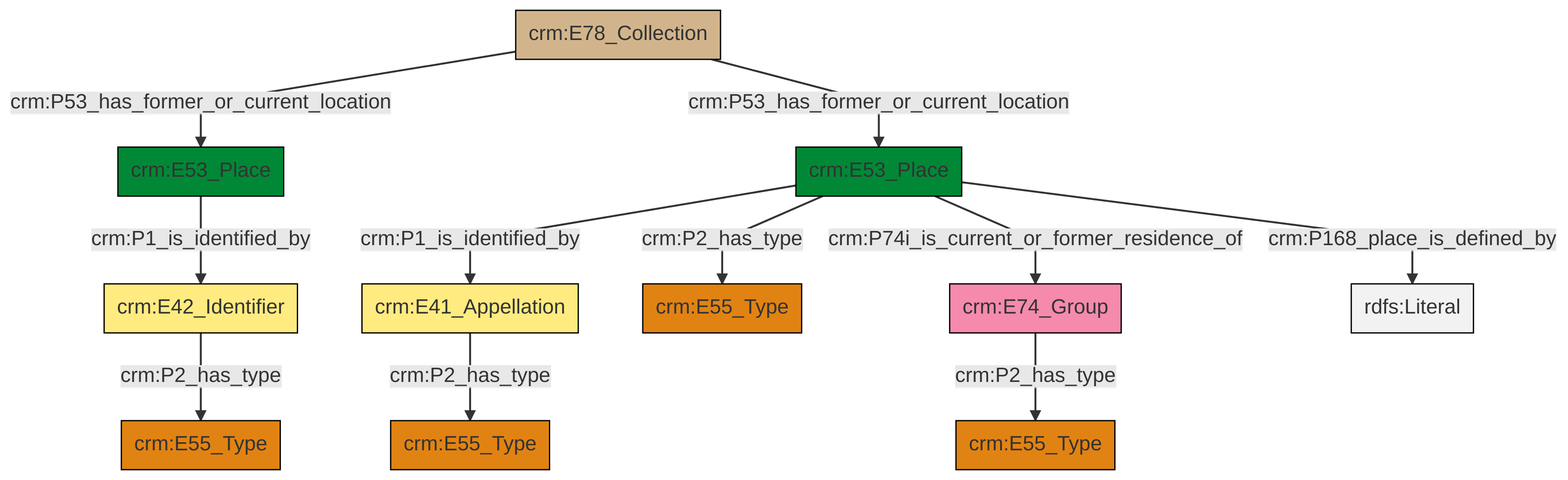
The Mermaid diagram et/archivalCSV/ttl/mmd/png/archival_location.png in swiss-art-research-net/docs.swissartresearch, before a commit. Its source is kept beside it as et/archivalCSV/ttl/mmd/archival_location.ttl.mmd.
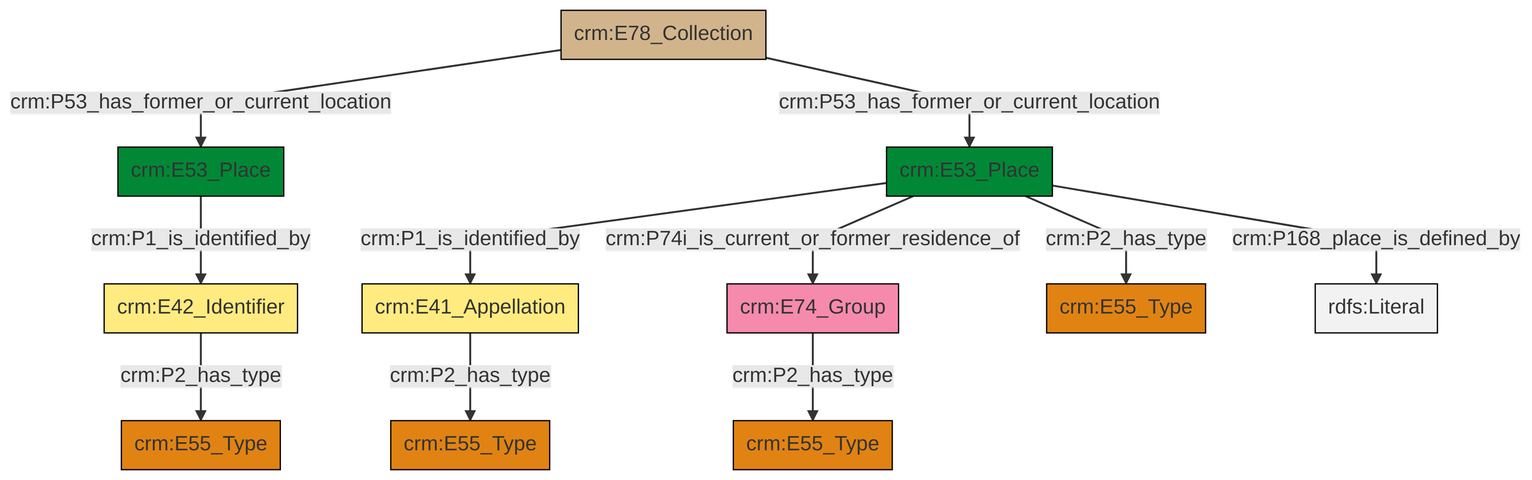
The same diagram one commit later.

Diff of the diagram source:
```diff
@@ -13,13 +13,13 @@
 classDef PC_Classes fill:#4ce600, stroke:#000000;
 classDef Multi fill:#cccccc,stroke:#000000;
 
-0["crm:E78_Collection"]:::Physical_Thing -->|crm:P53_has_former_or_current_location| 1["crm:E53_Place"]:::Place
-2["crm:E53_Place"]:::Place -->|crm:P1_is_identified_by| 3["crm:E41_Appellation"]:::Appellation
-10["crm:E74_Group"]:::Actor -->|crm:P2_has_type| 6["crm:E55_Type"]:::Type
-2["crm:E53_Place"]:::Place -->|crm:P2_has_type| 16["crm:E55_Type"]:::Type
-1["crm:E53_Place"]:::Place -->|crm:P1_is_identified_by| 18["crm:E42_Identifier"]:::Appellation
-2["crm:E53_Place"]:::Place -->|crm:P168_place_is_defined_by| 21[rdfs:Literal]:::Literal
-2["crm:E53_Place"]:::Place -->|crm:P74i_is_current_or_former_residence_of| 10["crm:E74_Group"]:::Actor
-0["crm:E78_Collection"]:::Physical_Thing -->|crm:P53_has_former_or_current_location| 2["crm:E53_Place"]:::Place
-18["crm:E42_Identifier"]:::Appellation -->|crm:P2_has_type| 8["crm:E55_Type"]:::Type
-3["crm:E41_Appellation"]:::Appellation -->|crm:P2_has_type| 4["crm:E55_Type"]:::Type
+0["crm:E53_Place"]:::Place -->|crm:P1_is_identified_by| 1["crm:E41_Appellation"]:::Appellation
+2["crm:E74_Group"]:::Actor -->|crm:P2_has_type| 3["crm:E55_Type"]:::Type
+6["crm:E53_Place"]:::Place -->|crm:P1_is_identified_by| 7["crm:E42_Identifier"]:::Appellation
+0["crm:E53_Place"]:::Place -->|crm:P2_has_type| 8["crm:E55_Type"]:::Type
+12["crm:E78_Collection"]:::Physical_Thing -->|crm:P53_has_former_or_current_location| 6["crm:E53_Place"]:::Place
+7["crm:E42_Identifier"]:::Appellation -->|crm:P2_has_type| 13["crm:E55_Type"]:::Type
+0["crm:E53_Place"]:::Place -->|crm:P74i_is_current_or_former_residence_of| 2["crm:E74_Group"]:::Actor
+12["crm:E78_Collection"]:::Physical_Thing -->|crm:P53_has_former_or_current_location| 0["crm:E53_Place"]:::Place
+0["crm:E53_Place"]:::Place -->|crm:P168_place_is_defined_by| 20[rdfs:Literal]:::Literal
+1["crm:E41_Appellation"]:::Appellation -->|crm:P2_has_type| 9["crm:E55_Type"]:::Type
```
